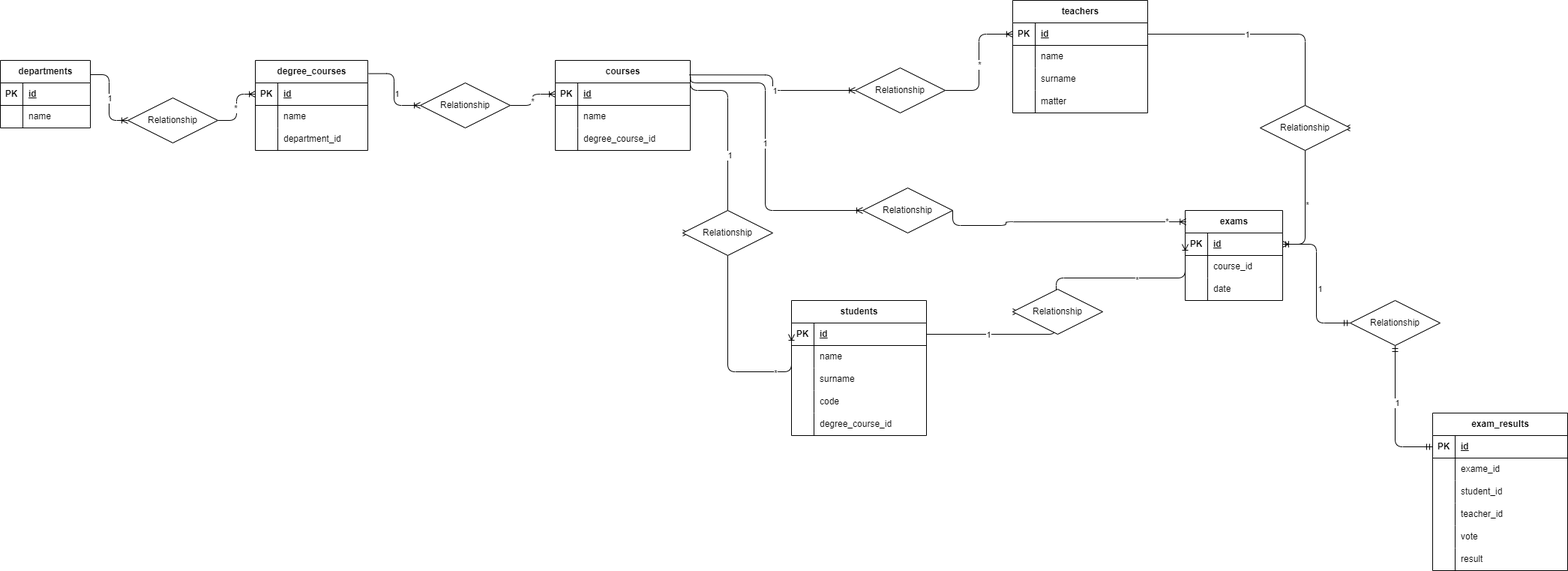
This is university.png from alexciccarese/db-university, a draw.io export, as it was before one commit. Source tidied: cells renumbered, new cells last; positions are measured from the earlier drawing's top-left corner, leaving out a move shared by most shapes.
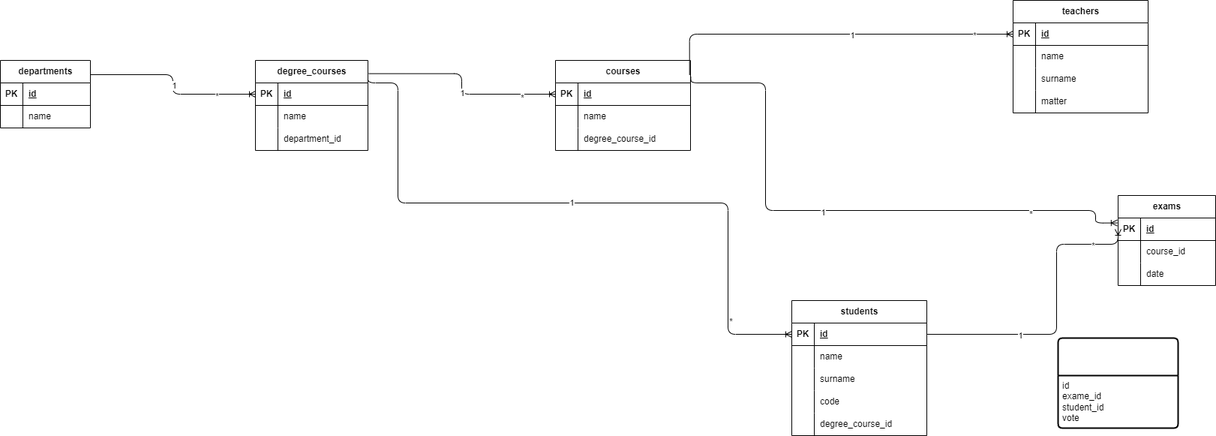
Above is the later version.

Commit message:
Add initial HTML structure and university  png structure

What changed in the source:
```diff
@@ -83,36 +83,24 @@
     <mxCell id="28" value="degree_course_id" style="shape=partialRectangle;fillColor=none;top=0;left=0;bottom=0;right=0;align=left;spacingLeft=6;overflow=hidden;whiteSpace=wrap;html=1;" parent="26" vertex="1">
       <mxGeometry x="30" width="150" height="30" as="geometry" />
     </mxCell>
-    <mxCell id="29" style="edgeStyle=orthogonalEdgeStyle;fontSize=12;html=1;endArrow=ERoneToMany;exitX=1;exitY=0.5;exitDx=0;exitDy=0;entryX=0;entryY=0.5;entryDx=0;entryDy=0;" parent="1" edge="1" source="33" target="10">
-      <mxGeometry relative="1" as="geometry" />
-    </mxCell>
-    <mxCell id="30" value="*" style="edgeLabel;html=1;align=center;verticalAlign=middle;" parent="29" vertex="1">
-      <mxGeometry y="2" relative="1" as="geometry" />
-    </mxCell>
-    <mxCell id="31" style="edgeStyle=orthogonalEdgeStyle;fontSize=12;html=1;endArrow=ERoneToMany;exitX=0.996;exitY=0.211;exitDx=0;exitDy=0;exitPerimeter=0;entryX=0;entryY=0.5;entryDx=0;entryDy=0;" parent="1" edge="1" source="2" target="33">
+    <mxCell id="31" style="edgeStyle=orthogonalEdgeStyle;fontSize=12;html=1;endArrow=ERoneToMany;exitX=0.996;exitY=0.211;exitDx=0;exitDy=0;exitPerimeter=0;entryX=0;entryY=0.5;entryDx=0;entryDy=0;" parent="1" edge="1" source="2" target="10">
       <mxGeometry relative="1" as="geometry" />
     </mxCell>
     <mxCell id="32" value="1" style="edgeLabel;html=1;align=center;verticalAlign=middle;" parent="31" vertex="1">
       <mxGeometry x="0.01" relative="1" as="geometry" />
     </mxCell>
-    <mxCell id="33" value="Relationship" style="shape=rhombus;perimeter=rhombusPerimeter;whiteSpace=wrap;html=1;align=center;" parent="1" vertex="1">
-      <mxGeometry x="170" y="130" width="120" height="60" as="geometry" />
-    </mxCell>
-    <mxCell id="34" style="edgeStyle=orthogonalEdgeStyle;fontSize=12;html=1;endArrow=ERoneToMany;exitX=1;exitY=0.5;exitDx=0;exitDy=0;" parent="1" edge="1" source="38" target="20">
-      <mxGeometry relative="1" as="geometry" />
-    </mxCell>
-    <mxCell id="35" value="*" style="edgeLabel;html=1;align=center;verticalAlign=middle;" parent="34" vertex="1">
-      <mxGeometry x="-0.05" y="1" relative="1" as="geometry" />
-    </mxCell>
+    <mxCell id="127" value="*" style="edgeLabel;html=1;align=center;verticalAlign=middle;" parent="31" vertex="1">
+      <mxGeometry x="0.56" y="-1" relative="1" as="geometry" />
+    </mxCell>
-    <mxCell id="36" style="edgeStyle=orthogonalEdgeStyle;fontSize=12;html=1;endArrow=ERoneToMany;exitX=1.008;exitY=0.147;exitDx=0;exitDy=0;exitPerimeter=0;" parent="1" edge="1" source="9" target="38">
+    <mxCell id="36" style="edgeStyle=orthogonalEdgeStyle;fontSize=12;html=1;endArrow=ERoneToMany;exitX=1.008;exitY=0.147;exitDx=0;exitDy=0;exitPerimeter=0;entryX=0;entryY=0.5;entryDx=0;entryDy=0;" parent="1" edge="1" source="9" target="20">
       <mxGeometry relative="1" as="geometry" />
     </mxCell>
     <mxCell id="37" value="1" style="edgeLabel;html=1;align=center;verticalAlign=middle;" parent="36" vertex="1">
       <mxGeometry x="0.09" y="3" relative="1" as="geometry" />
     </mxCell>
-    <mxCell id="38" value="Relationship" style="shape=rhombus;perimeter=rhombusPerimeter;whiteSpace=wrap;html=1;align=center;" parent="1" vertex="1">
-      <mxGeometry x="560" y="110" width="120" height="60" as="geometry" />
-    </mxCell>
+    <mxCell id="128" value="*" style="edgeLabel;html=1;align=center;verticalAlign=middle;" parent="36" vertex="1">
+      <mxGeometry x="0.67" y="-3" relative="1" as="geometry" />
+    </mxCell>
     <mxCell id="39" value="teachers" style="shape=table;startSize=30;rowLines=0;fontStyle=1;align=center;html=1;" parent="1" vertex="1">
       <mxGeometry x="1350" width="180" height="150" as="geometry" />
     </mxCell>
@@ -152,23 +140,17 @@
     <mxCell id="51" value="matter" style="shape=partialRectangle;fillColor=none;top=0;left=0;bottom=0;right=0;align=left;spacingLeft=6;overflow=hidden;whiteSpace=wrap;html=1;" parent="49" vertex="1">
       <mxGeometry x="30" width="150" height="30" as="geometry" />
     </mxCell>
-    <mxCell id="52" style="edgeStyle=orthogonalEdgeStyle;fontSize=12;html=1;endArrow=ERoneToMany;exitX=1;exitY=0.5;exitDx=0;exitDy=0;entryX=0;entryY=0.5;entryDx=0;entryDy=0;" parent="1" edge="1" source="56" target="40">
-      <mxGeometry relative="1" as="geometry" />
-    </mxCell>
-    <mxCell id="53" value="*" style="edgeLabel;html=1;align=center;verticalAlign=middle;" parent="52" vertex="1">
-      <mxGeometry x="-0.02" relative="1" as="geometry" />
-    </mxCell>
-    <mxCell id="54" style="edgeStyle=orthogonalEdgeStyle;fontSize=12;html=1;endArrow=ERoneToMany;exitX=0.993;exitY=0.161;exitDx=0;exitDy=0;exitPerimeter=0;entryX=0;entryY=0.5;entryDx=0;entryDy=0;" parent="1" edge="1" source="19" target="56">
+    <mxCell id="54" style="edgeStyle=orthogonalEdgeStyle;fontSize=12;html=1;endArrow=ERoneToMany;exitX=0.993;exitY=0.161;exitDx=0;exitDy=0;exitPerimeter=0;entryX=0;entryY=0.5;entryDx=0;entryDy=0;" parent="1" edge="1" source="19" target="40">
       <mxGeometry relative="1" as="geometry" />
     </mxCell>
     <mxCell id="55" value="1" style="edgeLabel;html=1;align=center;verticalAlign=middle;" parent="54" vertex="1">
       <mxGeometry x="0.11" relative="1" as="geometry" />
     </mxCell>
-    <mxCell id="56" value="Relationship" style="shape=rhombus;perimeter=rhombusPerimeter;whiteSpace=wrap;html=1;align=center;" parent="1" vertex="1">
-      <mxGeometry x="1140" y="90" width="120" height="60" as="geometry" />
-    </mxCell>
+    <mxCell id="129" value="*" style="edgeLabel;html=1;align=center;verticalAlign=middle;" parent="54" vertex="1">
+      <mxGeometry x="0.79" relative="1" as="geometry" />
+    </mxCell>
     <mxCell id="57" value="exams" style="shape=table;startSize=30;rowLines=0;fontStyle=1;align=center;html=1;" parent="1" vertex="1">
-      <mxGeometry x="1580" y="280" width="130" height="120" as="geometry" />
+      <mxGeometry x="1490" y="260" width="130" height="120" as="geometry" />
     </mxCell>
     <mxCell id="58" style="shape=tableRow;horizontal=0;startSize=0;swimlaneHead=0;swimlaneBody=0;fillColor=none;points=[[0,0.5],[1,0.5]];portConstraint=eastwest;top=0;left=0;right=0;bottom=1;" parent="57" vertex="1">
       <mxGeometry y="30" width="130" height="30" as="geometry" />
@@ -197,32 +179,23 @@
     <mxCell id="66" value="date" style="shape=partialRectangle;fillColor=none;top=0;left=0;bottom=0;right=0;align=left;spacingLeft=6;overflow=hidden;whiteSpace=wrap;html=1;" parent="64" vertex="1">
       <mxGeometry x="30" width="100" height="30" as="geometry" />
     </mxCell>
-    <mxCell id="67" style="edgeStyle=orthogonalEdgeStyle;fontSize=12;html=1;endArrow=ERoneToMany;exitX=1;exitY=0.5;exitDx=0;exitDy=0;entryX=0.009;entryY=0.126;entryDx=0;entryDy=0;entryPerimeter=0;" parent="1" edge="1" source="71" target="57">
-      <mxGeometry relative="1" as="geometry">
-        <Array as="points">
-          <mxPoint x="1270" y="300" />
-          <mxPoint x="1341" y="300" />
-        </Array>
-      </mxGeometry>
-    </mxCell>
-    <mxCell id="68" value="*" style="edgeLabel;html=1;align=center;verticalAlign=middle;" parent="67" vertex="1">
-      <mxGeometry x="0.85" y="1" relative="1" as="geometry" />
-    </mxCell>
-    <mxCell id="69" style="edgeStyle=orthogonalEdgeStyle;fontSize=12;html=1;endArrow=ERoneToMany;exitX=1.002;exitY=0.182;exitDx=0;exitDy=0;exitPerimeter=0;" parent="1" edge="1" source="19" target="71">
+    <mxCell id="69" style="edgeStyle=orthogonalEdgeStyle;fontSize=12;html=1;endArrow=ERoneToMany;exitX=1.002;exitY=0.182;exitDx=0;exitDy=0;exitPerimeter=0;entryX=-0.009;entryY=0.22;entryDx=0;entryDy=0;entryPerimeter=0;" parent="1" edge="1" source="19" target="58">
       <mxGeometry relative="1" as="geometry">
         <Array as="points">
           <mxPoint x="920" y="110" />
           <mxPoint x="1020" y="110" />
           <mxPoint x="1020" y="280" />
+          <mxPoint x="1460" y="280" />
+          <mxPoint x="1460" y="297" />
         </Array>
       </mxGeometry>
     </mxCell>
     <mxCell id="70" value="1" style="edgeLabel;html=1;align=center;verticalAlign=middle;" parent="69" vertex="1">
       <mxGeometry x="-0.08" y="-1" relative="1" as="geometry" />
     </mxCell>
-    <mxCell id="71" value="Relationship" style="shape=rhombus;perimeter=rhombusPerimeter;whiteSpace=wrap;html=1;align=center;" parent="1" vertex="1">
-      <mxGeometry x="1150" y="250" width="120" height="60" as="geometry" />
-    </mxCell>
+    <mxCell id="130" value="*" style="edgeLabel;html=1;align=center;verticalAlign=middle;" parent="69" vertex="1">
+      <mxGeometry x="0.65" y="-3" relative="1" as="geometry" />
+    </mxCell>
     <mxCell id="72" value="students" style="shape=table;startSize=30;rowLines=0;fontStyle=1;align=center;html=1;" parent="1" vertex="1">
       <mxGeometry x="1055" y="400" width="180" height="180" as="geometry" />
     </mxCell>
@@ -271,149 +244,42 @@
     <mxCell id="87" value="degree_course_id" style="shape=partialRectangle;fillColor=none;top=0;left=0;bottom=0;right=0;align=left;spacingLeft=6;overflow=hidden;whiteSpace=wrap;html=1;" parent="85" vertex="1">
       <mxGeometry x="30" width="150" height="30" as="geometry" />
     </mxCell>
-    <mxCell id="88" style="edgeStyle=orthogonalEdgeStyle;fontSize=12;html=1;endArrow=ERoneToMany;entryX=0;entryY=0.5;entryDx=0;entryDy=0;" parent="1" edge="1" source="92" target="73">
-      <mxGeometry relative="1" as="geometry">
-        <Array as="points">
-          <mxPoint x="970" y="495" />
-        </Array>
-      </mxGeometry>
-    </mxCell>
-    <mxCell id="89" value="*" style="edgeLabel;html=1;align=center;verticalAlign=middle;" parent="88" vertex="1">
-      <mxGeometry x="0.51" y="-1" relative="1" as="geometry" />
-    </mxCell>
-    <mxCell id="90" style="edgeStyle=orthogonalEdgeStyle;fontSize=12;html=1;endArrow=ERoneToMany;entryX=0;entryY=0.5;entryDx=0;entryDy=0;" parent="1" edge="1" target="92">
+    <mxCell id="90" style="edgeStyle=orthogonalEdgeStyle;fontSize=12;html=1;endArrow=ERoneToMany;entryX=0;entryY=0.5;entryDx=0;entryDy=0;exitX=1;exitY=0.167;exitDx=0;exitDy=0;exitPerimeter=0;" parent="1" edge="1" source="9" target="73">
       <mxGeometry relative="1" as="geometry">
-        <mxPoint x="920" y="100" as="sourcePoint" />
         <Array as="points">
-          <mxPoint x="920" y="120" />
-          <mxPoint x="970" y="120" />
+          <mxPoint x="490" y="110" />
+          <mxPoint x="530" y="110" />
+          <mxPoint x="530" y="270" />
+          <mxPoint x="970" y="270" />
+          <mxPoint x="970" y="445" />
         </Array>
       </mxGeometry>
     </mxCell>
     <mxCell id="91" value="1" style="edgeLabel;html=1;align=center;verticalAlign=middle;" parent="90" vertex="1">
       <mxGeometry x="-0.03" y="2" relative="1" as="geometry" />
     </mxCell>
-    <mxCell id="92" value="Relationship" style="shape=rhombus;perimeter=rhombusPerimeter;whiteSpace=wrap;html=1;align=center;" parent="1" vertex="1">
-      <mxGeometry x="910" y="280" width="120" height="60" as="geometry" />
-    </mxCell>
-    <mxCell id="93" style="edgeStyle=orthogonalEdgeStyle;fontSize=12;html=1;endArrow=ERoneToMany;exitX=1;exitY=0.5;exitDx=0;exitDy=0;entryX=0;entryY=0.5;entryDx=0;entryDy=0;" parent="1" edge="1" source="97" target="58">
-      <mxGeometry relative="1" as="geometry">
-        <Array as="points">
-          <mxPoint x="1408" y="370" />
-          <mxPoint x="1580" y="370" />
-        </Array>
-      </mxGeometry>
-    </mxCell>
-    <mxCell id="94" value="*" style="edgeLabel;html=1;align=center;verticalAlign=middle;" parent="93" vertex="1">
-      <mxGeometry x="0.32" y="-2" relative="1" as="geometry" />
-    </mxCell>
+    <mxCell id="131" value="*" style="edgeLabel;html=1;align=center;verticalAlign=middle;" parent="90" vertex="1">
+      <mxGeometry x="0.78" y="2" relative="1" as="geometry" />
+    </mxCell>
-    <mxCell id="95" style="edgeStyle=orthogonalEdgeStyle;fontSize=12;html=1;endArrow=ERoneToMany;exitX=1;exitY=0.5;exitDx=0;exitDy=0;entryX=0;entryY=0.5;entryDx=0;entryDy=0;" parent="1" edge="1" source="73" target="97">
+    <mxCell id="95" style="edgeStyle=orthogonalEdgeStyle;fontSize=12;html=1;endArrow=ERoneToMany;exitX=1;exitY=0.5;exitDx=0;exitDy=0;entryX=0;entryY=0.5;entryDx=0;entryDy=0;" parent="1" edge="1" source="73" target="58">
       <mxGeometry relative="1" as="geometry">
         <Array as="points">
           <mxPoint x="1408" y="445" />
+          <mxPoint x="1408" y="325" />
         </Array>
       </mxGeometry>
     </mxCell>
     <mxCell id="96" value="1" style="edgeLabel;html=1;align=center;verticalAlign=middle;" parent="95" vertex="1">
       <mxGeometry x="-0.37" relative="1" as="geometry" />
     </mxCell>
-    <mxCell id="97" value="Relationship" style="shape=rhombus;perimeter=rhombusPerimeter;whiteSpace=wrap;html=1;align=center;" parent="1" vertex="1">
-      <mxGeometry x="1350" y="385" width="120" height="60" as="geometry" />
-    </mxCell>
-    <mxCell id="98" style="edgeStyle=orthogonalEdgeStyle;fontSize=12;html=1;endArrow=ERoneToMany;exitX=1;exitY=0.5;exitDx=0;exitDy=0;entryX=1;entryY=0.5;entryDx=0;entryDy=0;" parent="1" edge="1" source="102" target="58">
-      <mxGeometry relative="1" as="geometry">
-        <Array as="points">
-          <mxPoint x="1740" y="325" />
-        </Array>
-      </mxGeometry>
-    </mxCell>
-    <mxCell id="99" value="*" style="edgeLabel;html=1;align=center;verticalAlign=middle;" parent="98" vertex="1">
-      <mxGeometry x="0.32" y="2" relative="1" as="geometry" />
-    </mxCell>
-    <mxCell id="100" style="edgeStyle=orthogonalEdgeStyle;fontSize=12;html=1;endArrow=ERoneToMany;exitX=1;exitY=0.5;exitDx=0;exitDy=0;entryX=1;entryY=0.5;entryDx=0;entryDy=0;" parent="1" edge="1" source="40" target="102">
-      <mxGeometry relative="1" as="geometry">
-        <Array as="points">
-          <mxPoint x="1740" y="45" />
-        </Array>
-      </mxGeometry>
-    </mxCell>
-    <mxCell id="101" value="1" style="edgeLabel;html=1;align=center;verticalAlign=middle;" parent="100" vertex="1">
-      <mxGeometry x="-0.33" relative="1" as="geometry" />
-    </mxCell>
-    <mxCell id="102" value="Relationship" style="shape=rhombus;perimeter=rhombusPerimeter;whiteSpace=wrap;html=1;align=center;" parent="1" vertex="1">
-      <mxGeometry x="1680" y="140" width="120" height="60" as="geometry" />
-    </mxCell>
+    <mxCell id="132" value="*" style="edgeLabel;html=1;align=center;verticalAlign=middle;" parent="95" vertex="1">
+      <mxGeometry x="0.73" relative="1" as="geometry" />
+    </mxCell>
-    <mxCell id="103" value="exam_results" style="shape=table;startSize=30;rowLines=0;fontStyle=1;align=center;html=1;" parent="1" vertex="1">
-      <mxGeometry x="1910" y="550" width="180" height="210" as="geometry" />
+    <mxCell id="103" value="&lt;span style=&quot;font-size: 12px; font-weight: 700; text-wrap-mode: nowrap;&quot;&gt;&lt;font style=&quot;color: light-dark(rgb(255, 255, 255), rgb(255, 255, 255));&quot;&gt;exam_results&lt;/font&gt;&lt;/span&gt;" style="swimlane;horizontal=1;startSize=50;rounded=1;fontSize=14;fontStyle=0;strokeWidth=2;shadow=0;dashed=0;align=center;arcSize=4;whiteSpace=wrap;html=1;" parent="1" vertex="1">
+      <mxGeometry x="1410" y="450" width="160" height="120" as="geometry" />
     </mxCell>
-    <mxCell id="104" style="shape=tableRow;horizontal=0;startSize=0;swimlaneHead=0;swimlaneBody=0;fillColor=none;points=[[0,0.5],[1,0.5]];portConstraint=eastwest;top=0;left=0;right=0;bottom=1;" parent="103" vertex="1">
-      <mxGeometry y="30" width="180" height="30" as="geometry" />
-    </mxCell>
-    <mxCell id="105" value="PK" style="shape=partialRectangle;fillColor=none;top=0;left=0;bottom=0;right=0;fontStyle=1;overflow=hidden;whiteSpace=wrap;html=1;" parent="104" vertex="1">
-      <mxGeometry width="30" height="30" as="geometry" />
-    </mxCell>
-    <mxCell id="106" value="id" style="shape=partialRectangle;fillColor=none;top=0;left=0;bottom=0;right=0;align=left;spacingLeft=6;fontStyle=5;overflow=hidden;whiteSpace=wrap;html=1;" parent="104" vertex="1">
-      <mxGeometry x="30" width="150" height="30" as="geometry" />
-    </mxCell>
-    <mxCell id="107" style="shape=tableRow;horizontal=0;startSize=0;swimlaneHead=0;swimlaneBody=0;fillColor=none;top=0;left=0;right=0;bottom=0;" parent="103" vertex="1">
-      <mxGeometry y="60" width="180" height="30" as="geometry" />
-    </mxCell>
-    <mxCell id="108" style="shape=partialRectangle;fillColor=none;top=0;left=0;bottom=0;right=0;overflow=hidden;whiteSpace=wrap;html=1;" parent="107" vertex="1">
-      <mxGeometry width="30" height="30" as="geometry" />
-    </mxCell>
-    <mxCell id="109" value="exame_id" style="shape=partialRectangle;fillColor=none;top=0;left=0;bottom=0;right=0;align=left;spacingLeft=6;overflow=hidden;whiteSpace=wrap;html=1;" parent="107" vertex="1">
-      <mxGeometry x="30" width="150" height="30" as="geometry" />
-    </mxCell>
-    <mxCell id="110" style="shape=tableRow;horizontal=0;startSize=0;swimlaneHead=0;swimlaneBody=0;fillColor=none;top=0;left=0;right=0;bottom=0;" parent="103" vertex="1">
-      <mxGeometry y="90" width="180" height="30" as="geometry" />
-    </mxCell>
-    <mxCell id="111" style="shape=partialRectangle;fillColor=none;top=0;left=0;bottom=0;right=0;overflow=hidden;whiteSpace=wrap;html=1;" parent="110" vertex="1">
-      <mxGeometry width="30" height="30" as="geometry" />
-    </mxCell>
-    <mxCell id="112" value="student_id" style="shape=partialRectangle;fillColor=none;top=0;left=0;bottom=0;right=0;align=left;spacingLeft=6;overflow=hidden;whiteSpace=wrap;html=1;" parent="110" vertex="1">
-      <mxGeometry x="30" width="150" height="30" as="geometry" />
-    </mxCell>
-    <mxCell id="113" style="shape=tableRow;horizontal=0;startSize=0;swimlaneHead=0;swimlaneBody=0;fillColor=none;top=0;left=0;right=0;bottom=0;" parent="103" vertex="1">
-      <mxGeometry y="120" width="180" height="30" as="geometry" />
-    </mxCell>
-    <mxCell id="114" style="shape=partialRectangle;fillColor=none;top=0;left=0;bottom=0;right=0;overflow=hidden;whiteSpace=wrap;html=1;" parent="113" vertex="1">
-      <mxGeometry width="30" height="30" as="geometry" />
-    </mxCell>
-    <mxCell id="115" value="teacher_id" style="shape=partialRectangle;fillColor=none;top=0;left=0;bottom=0;right=0;align=left;spacingLeft=6;overflow=hidden;whiteSpace=wrap;html=1;" parent="113" vertex="1">
-      <mxGeometry x="30" width="150" height="30" as="geometry" />
-    </mxCell>
-    <mxCell id="116" style="shape=tableRow;horizontal=0;startSize=0;swimlaneHead=0;swimlaneBody=0;fillColor=none;top=0;left=0;right=0;bottom=0;" parent="103" vertex="1">
-      <mxGeometry y="150" width="180" height="30" as="geometry" />
-    </mxCell>
-    <mxCell id="117" style="shape=partialRectangle;fillColor=none;top=0;left=0;bottom=0;right=0;overflow=hidden;whiteSpace=wrap;html=1;" parent="116" vertex="1">
-      <mxGeometry width="30" height="30" as="geometry" />
-    </mxCell>
-    <mxCell id="118" value="vote" style="shape=partialRectangle;fillColor=none;top=0;left=0;bottom=0;right=0;align=left;spacingLeft=6;overflow=hidden;whiteSpace=wrap;html=1;" parent="116" vertex="1">
-      <mxGeometry x="30" width="150" height="30" as="geometry" />
-    </mxCell>
-    <mxCell id="119" style="shape=tableRow;horizontal=0;startSize=0;swimlaneHead=0;swimlaneBody=0;fillColor=none;top=0;left=0;right=0;bottom=0;" parent="103" vertex="1">
-      <mxGeometry y="180" width="180" height="30" as="geometry" />
-    </mxCell>
-    <mxCell id="120" style="shape=partialRectangle;fillColor=none;top=0;left=0;bottom=0;right=0;overflow=hidden;whiteSpace=wrap;html=1;" parent="119" vertex="1">
-      <mxGeometry width="30" height="30" as="geometry" />
-    </mxCell>
-    <mxCell id="121" value="result" style="shape=partialRectangle;fillColor=none;top=0;left=0;bottom=0;right=0;align=left;spacingLeft=6;overflow=hidden;whiteSpace=wrap;html=1;" parent="119" vertex="1">
-      <mxGeometry x="30" width="150" height="30" as="geometry" />
-    </mxCell>
-    <mxCell id="122" style="edgeStyle=orthogonalEdgeStyle;fontSize=12;html=1;endArrow=ERmandOne;startArrow=ERmandOne;entryX=0;entryY=0.5;entryDx=0;entryDy=0;" parent="1" edge="1" source="126" target="104">
-      <mxGeometry relative="1" as="geometry" />
-    </mxCell>
-    <mxCell id="123" value="1" style="edgeLabel;html=1;align=center;verticalAlign=middle;" parent="122" vertex="1">
-      <mxGeometry x="-0.17" y="2" relative="1" as="geometry" />
-    </mxCell>
-    <mxCell id="124" style="edgeStyle=orthogonalEdgeStyle;fontSize=12;html=1;endArrow=ERmandOne;startArrow=ERmandOne;entryX=0;entryY=0.5;entryDx=0;entryDy=0;" parent="1" edge="1" source="58" target="126">
-      <mxGeometry relative="1" as="geometry" />
-    </mxCell>
-    <mxCell id="125" value="1" style="edgeLabel;html=1;align=center;verticalAlign=middle;" parent="124" vertex="1">
-      <mxGeometry x="0.07" y="4" relative="1" as="geometry" />
-    </mxCell>
-    <mxCell id="126" value="Relationship" style="shape=rhombus;perimeter=rhombusPerimeter;whiteSpace=wrap;html=1;align=center;" parent="1" vertex="1">
-      <mxGeometry x="1800" y="400" width="120" height="60" as="geometry" />
-    </mxCell>
+    <mxCell id="133" value="&lt;div&gt;&lt;span style=&quot;text-wrap-mode: wrap;&quot;&gt;&lt;font style=&quot;color: light-dark(rgb(0, 0, 0), rgb(255, 255, 255));&quot;&gt;id&lt;/font&gt;&lt;/span&gt;&lt;/div&gt;&lt;span style=&quot;text-wrap-mode: wrap;&quot;&gt;&lt;font style=&quot;color: light-dark(rgb(0, 0, 0), rgb(255, 255, 255));&quot;&gt;exame_id&lt;/font&gt;&lt;/span&gt;&lt;div&gt;&lt;span style=&quot;text-wrap-mode: wrap; color: rgb(255, 255, 255);&quot;&gt;&lt;font style=&quot;color: light-dark(rgb(0, 0, 0), rgb(255, 255, 255));&quot;&gt;student_id&lt;/font&gt;&lt;/span&gt;&lt;/div&gt;&lt;div&gt;&lt;span style=&quot;text-wrap-mode: wrap; color: rgb(255, 255, 255);&quot;&gt;&lt;font style=&quot;color: light-dark(rgb(0, 0, 0), rgb(255, 255, 255));&quot;&gt;vote&lt;/font&gt;&lt;/span&gt;&lt;/div&gt;" style="align=left;strokeColor=none;fillColor=none;spacingLeft=4;fontSize=12;verticalAlign=top;html=1;" parent="103" vertex="1">
+      <mxGeometry y="50" width="160" height="70" as="geometry" />
+    </mxCell>
   </root>
 </mxGraphModel>
```
